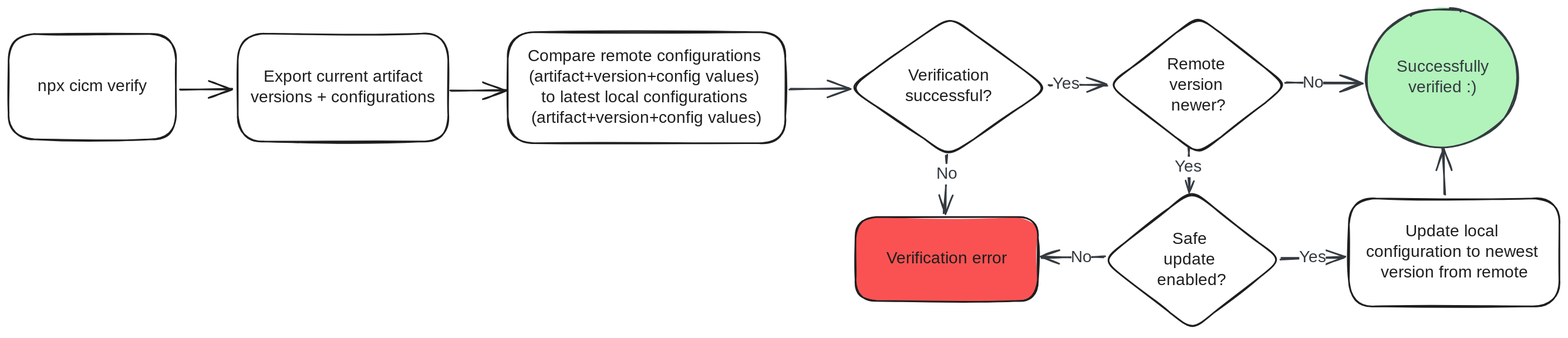
tswymer/scicm keeps this Excalidraw diagram as docs/verify.excalidraw.svg. Above is the earlier version. Source tidied: one line per element, renumbered; positions are measured from the earlier drawing's top-left corner, leaving out a move shared by most shapes.
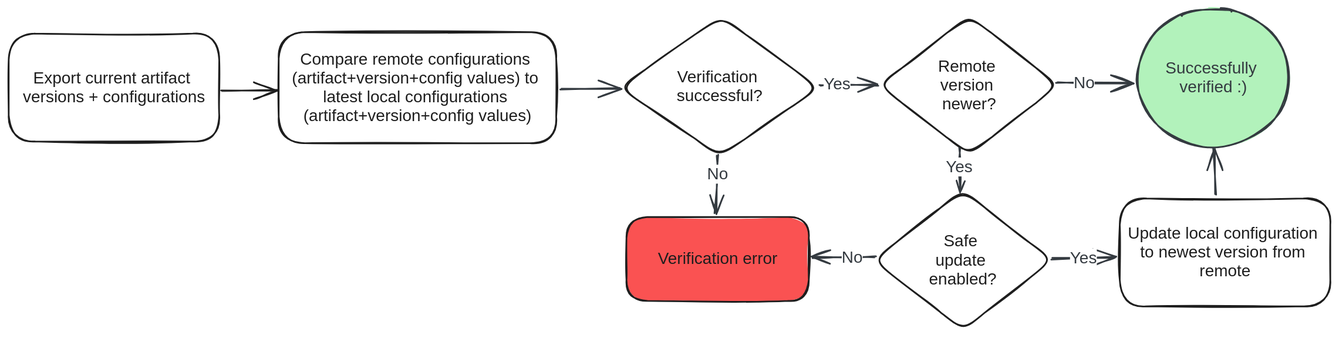
After the commit.

The edit, as a diff of the source:
```diff
@@ -1,34 +1,31 @@
-{"id": 0, "type": "rectangle", "strokeColor": "#1e1e1e", "strokeWidth": 2, "roughness": 1, "round": true, "x": 0, "y": 31, "width": 204, "height": 128}
-{"id": 1, "type": "text", "text": "npx cicm verify", "strokeColor": "#1e1e1e", "strokeWidth": 2, "roughness": 1, "fontSize": 20, "fontFamily": 1, "textAlign": "center", "verticalAlign": "middle", "inside": 0, "x": 31, "y": 83, "width": 141, "height": 25}
 {"id": 2, "type": "rectangle", "strokeColor": "#1e1e1e", "strokeWidth": 2, "roughness": 1, "round": true, "x": 279, "y": 31, "width": 256, "height": 131}
-{"id": 3, "type": "text", "text": "Export current artifact\nversions + configurations", "strokeColor": "#1e1e1e", "strokeWidth": 2, "roughness": 1, "fontSize": 20, "fontFamily": 1, "textAlign": "center", "verticalAlign": "middle", "inside": 2, "x": 285, "y": 71, "width": 244, "height": 50}
+{"id": 3, "type": "text", "text": "Export current artifact \nversions + configurations", "strokeColor": "#1e1e1e", "strokeWidth": 2, "roughness": 1, "fontSize": 20, "fontFamily": 2, "textAlign": "center", "verticalAlign": "middle", "inside": 2, "x": 296, "y": 73, "width": 222, "height": 46}
-{"id": 4, "type": "arrow", "strokeColor": "#1e1e1e", "strokeWidth": 2, "roughness": 1, "endArrowhead": "arrow", "round": true, "from": 0, "to": 2, "x": 208, "y": 98, "width": 63, "height": 0, "points": [[0, 0], [63, 0]]}
 {"id": 5, "type": "rectangle", "strokeColor": "#1e1e1e", "strokeWidth": 2, "roughness": 1, "round": true, "x": 608, "y": 29, "width": 338, "height": 135}
-{"id": 6, "type": "text", "text": "Compare remote configurations \n(artifact+version+config values) \nto latest local configurations \n(artifact+version+config values)", "strokeColor": "#1e1e1e", "strokeWidth": 2, "roughness": 1, "fontSize": 20, "fontFamily": 1, "textAlign": "center", "verticalAlign": "middle", "inside": 5, "x": 614, "y": 47, "width": 325, "height": 100}
+{"id": 6, "type": "text", "text": "Compare remote configurations \n(artifact+version+config values) to \nlatest local configurations \n(artifact+version+config values)", "strokeColor": "#1e1e1e", "strokeWidth": 2, "roughness": 1, "fontSize": 20, "fontFamily": 2, "textAlign": "center", "verticalAlign": "middle", "inside": 5, "x": 624, "y": 51, "width": 306, "height": 92}
 {"id": 7, "type": "arrow", "strokeColor": "#1e1e1e", "strokeWidth": 2, "roughness": 1, "endArrowhead": "arrow", "round": true, "from": 2, "to": 5, "x": 538, "y": 100, "width": 67, "height": 0, "points": [[0, 0], [67, 0]]}
 {"id": 8, "type": "diamond", "strokeColor": "#1e1e1e", "strokeWidth": 2, "roughness": 1, "round": true, "x": 1023, "y": 10, "width": 242, "height": 170}
-{"id": 9, "type": "text", "text": "Verification\nsuccessful?", "strokeColor": "#1e1e1e", "strokeWidth": 2, "roughness": 1, "fontSize": 20, "fontFamily": 1, "textAlign": "center", "verticalAlign": "middle", "inside": 8, "x": 1089, "y": 70, "width": 111, "height": 50}
+{"id": 9, "type": "text", "text": "Verification \nsuccessful?", "strokeColor": "#1e1e1e", "strokeWidth": 2, "roughness": 1, "fontSize": 20, "fontFamily": 2, "textAlign": "center", "verticalAlign": "middle", "inside": 8, "x": 1092, "y": 72, "width": 104, "height": 46}
 {"id": 10, "type": "arrow", "strokeColor": "#343a40", "backgroundColor": "#b2f2bb", "fillStyle": "solid", "strokeWidth": 2, "roughness": 1, "endArrowhead": "arrow", "round": true, "from": 5, "to": 8, "x": 952, "y": 99, "width": 72, "height": 1, "points": [[0, 0], [72, -1]]}
 {"id": 11, "type": "rectangle", "strokeColor": "#1e1e1e", "backgroundColor": "#fa5252", "fillStyle": "solid", "strokeWidth": 2, "roughness": 1, "round": true, "x": 1031, "y": 254, "width": 222, "height": 102}
-{"id": 12, "type": "text", "text": "Verification error", "strokeColor": "#1e1e1e", "strokeWidth": 2, "roughness": 1, "fontSize": 20, "fontFamily": 1, "textAlign": "center", "verticalAlign": "middle", "inside": 11, "x": 1059, "y": 292, "width": 166, "height": 25}
+{"id": 12, "type": "text", "text": "Verification error", "strokeColor": "#1e1e1e", "strokeWidth": 2, "roughness": 1, "fontSize": 20, "fontFamily": 2, "textAlign": "center", "verticalAlign": "middle", "inside": 11, "x": 1069, "y": 293, "width": 146, "height": 23}
 {"id": 13, "type": "arrow", "strokeColor": "#343a40", "backgroundColor": "#b2f2bb", "fillStyle": "solid", "strokeWidth": 2, "roughness": 1, "endArrowhead": "arrow", "round": true, "from": 8, "to": 11, "x": 1142, "y": 179, "width": 3, "height": 71, "points": [[0, 0], [0, 22], [-2, 71]]}
-{"id": 14, "type": "text", "text": "No", "strokeColor": "#343a40", "backgroundColor": "#b2f2bb", "fillStyle": "solid", "strokeWidth": 2, "roughness": 1, "fontSize": 20, "fontFamily": 1, "textAlign": "center", "verticalAlign": "middle", "inside": 13, "x": 1129, "y": 192, "width": 24, "height": 25}
+{"id": 14, "type": "text", "text": "No", "strokeColor": "#343a40", "backgroundColor": "#b2f2bb", "fillStyle": "solid", "strokeWidth": 2, "roughness": 1, "fontSize": 20, "fontFamily": 2, "textAlign": "center", "verticalAlign": "middle", "inside": 13, "x": 1129, "y": 190, "width": 26, "height": 23}
 {"id": 15, "type": "diamond", "strokeColor": "#1e1e1e", "strokeWidth": 2, "roughness": 1, "round": true, "x": 1339, "y": 9, "width": 218, "height": 169}
-{"id": 16, "type": "text", "text": "Remote \nversion \nnewer?", "strokeColor": "#1e1e1e", "strokeWidth": 2, "roughness": 1, "fontSize": 20, "fontFamily": 1, "textAlign": "center", "verticalAlign": "middle", "inside": 15, "x": 1408, "y": 56, "width": 80, "height": 75}
+{"id": 16, "type": "text", "text": "Remote \nversion \nnewer?", "strokeColor": "#1e1e1e", "strokeWidth": 2, "roughness": 1, "fontSize": 20, "fontFamily": 2, "textAlign": "center", "verticalAlign": "middle", "inside": 15, "x": 1411, "y": 59, "width": 76, "height": 69}
 {"id": 17, "type": "arrow", "strokeColor": "#343a40", "backgroundColor": "#b2f2bb", "fillStyle": "solid", "strokeWidth": 2, "roughness": 1, "endArrowhead": "arrow", "round": true, "from": 8, "to": 15, "x": 1267, "y": 94, "width": 72, "height": 1, "points": [[0, 0], [21, -1], [72, -1]]}
-{"id": 18, "type": "text", "text": "Yes", "strokeColor": "#343a40", "backgroundColor": "#b2f2bb", "fillStyle": "solid", "strokeWidth": 2, "roughness": 1, "fontSize": 20, "fontFamily": 1, "textAlign": "center", "verticalAlign": "middle", "inside": 17, "x": 1274, "y": 81, "width": 32, "height": 25}
+{"id": 18, "type": "text", "text": "Yes", "strokeColor": "#343a40", "backgroundColor": "#b2f2bb", "fillStyle": "solid", "strokeWidth": 2, "roughness": 1, "fontSize": 20, "fontFamily": 2, "textAlign": "center", "verticalAlign": "middle", "inside": 17, "x": 1271, "y": 81, "width": 33, "height": 23}
 {"id": 19, "type": "diamond", "strokeColor": "#1e1e1e", "strokeWidth": 2, "roughness": 1, "round": true, "x": 1332, "y": 222, "width": 218, "height": 169}
-{"id": 20, "type": "text", "text": "Safe \nupdate \nenabled?", "strokeColor": "#1e1e1e", "strokeWidth": 2, "roughness": 1, "fontSize": 20, "fontFamily": 1, "textAlign": "center", "verticalAlign": "middle", "inside": 19, "x": 1400, "y": 269, "width": 81, "height": 75}
+{"id": 20, "type": "text", "text": "Safe \nupdate \nenabled?", "strokeColor": "#1e1e1e", "strokeWidth": 2, "roughness": 1, "fontSize": 20, "fontFamily": 2, "textAlign": "center", "verticalAlign": "middle", "inside": 19, "x": 1400, "y": 272, "width": 82, "height": 69}
 {"id": 21, "type": "arrow", "strokeColor": "#343a40", "backgroundColor": "#b2f2bb", "fillStyle": "solid", "strokeWidth": 2, "roughness": 1, "endArrowhead": "arrow", "round": true, "from": 15, "to": 19, "x": 1437, "y": 171, "width": 0, "height": 52, "points": [[0, 0], [0, 22], [0, 52]]}
-{"id": 22, "type": "text", "text": "Yes", "strokeColor": "#343a40", "backgroundColor": "#b2f2bb", "fillStyle": "solid", "strokeWidth": 2, "roughness": 1, "fontSize": 20, "fontFamily": 1, "textAlign": "center", "verticalAlign": "middle", "inside": 21, "x": 1419, "y": 179, "width": 32, "height": 25}
+{"id": 22, "type": "text", "text": "Yes", "strokeColor": "#343a40", "backgroundColor": "#b2f2bb", "fillStyle": "solid", "strokeWidth": 2, "roughness": 1, "fontSize": 20, "fontFamily": 2, "textAlign": "center", "verticalAlign": "middle", "inside": 21, "x": 1420, "y": 182, "width": 33, "height": 23}
 {"id": 23, "type": "arrow", "strokeColor": "#343a40", "backgroundColor": "#b2f2bb", "fillStyle": "solid", "strokeWidth": 2, "roughness": 1, "endArrowhead": "arrow", "round": true, "from": 19, "to": 11, "x": 1334, "y": 303, "width": 76, "height": 0, "points": [[0, 0], [-28, 0], [-76, 0]]}
-{"id": 24, "type": "text", "text": "No", "strokeColor": "#343a40", "backgroundColor": "#b2f2bb", "fillStyle": "solid", "strokeWidth": 2, "roughness": 1, "fontSize": 20, "fontFamily": 1, "textAlign": "center", "verticalAlign": "middle", "inside": 23, "x": 1276, "y": 275, "width": 24, "height": 25}
+{"id": 24, "type": "text", "text": "No", "strokeColor": "#343a40", "backgroundColor": "#b2f2bb", "fillStyle": "solid", "strokeWidth": 2, "roughness": 1, "fontSize": 20, "fontFamily": 2, "textAlign": "center", "verticalAlign": "middle", "inside": 23, "x": 1293, "y": 292, "width": 26, "height": 23}
 {"id": 25, "type": "ellipse", "strokeColor": "#343a40", "backgroundColor": "#b2f2bb", "fillStyle": "solid", "strokeWidth": 2, "roughness": 1, "round": true, "x": 1653, "y": 0, "width": 185, "height": 169}
-{"id": 26, "type": "text", "text": "Successfully\nverified :)", "strokeColor": "#343a40", "backgroundColor": "#b2f2bb", "fillStyle": "solid", "strokeWidth": 2, "roughness": 1, "fontSize": 20, "fontFamily": 1, "textAlign": "center", "verticalAlign": "middle", "inside": 25, "x": 1687, "y": 59, "width": 117, "height": 50}
+{"id": 26, "type": "text", "text": "Successfully \nverified :)", "strokeColor": "#343a40", "backgroundColor": "#b2f2bb", "fillStyle": "solid", "strokeWidth": 2, "roughness": 1, "fontSize": 20, "fontFamily": 2, "textAlign": "center", "verticalAlign": "middle", "inside": 25, "x": 1687, "y": 61, "width": 117, "height": 46}
 {"id": 27, "type": "arrow", "strokeColor": "#343a40", "backgroundColor": "#b2f2bb", "fillStyle": "solid", "strokeWidth": 2, "roughness": 1, "endArrowhead": "arrow", "round": true, "from": 15, "to": 25, "x": 1555, "y": 90, "width": 93, "height": 1, "points": [[0, 0], [34, 1], [93, 1]]}
-{"id": 28, "type": "text", "text": "No", "strokeColor": "#343a40", "backgroundColor": "#b2f2bb", "fillStyle": "solid", "strokeWidth": 2, "roughness": 1, "fontSize": 20, "fontFamily": 1, "textAlign": "center", "verticalAlign": "middle", "inside": 27, "x": 1547, "y": 77, "width": 24, "height": 25}
+{"id": 28, "type": "text", "text": "No", "strokeColor": "#343a40", "backgroundColor": "#b2f2bb", "fillStyle": "solid", "strokeWidth": 2, "roughness": 1, "fontSize": 20, "fontFamily": 2, "textAlign": "center", "verticalAlign": "middle", "inside": 27, "x": 1576, "y": 79, "width": 26, "height": 23}
 {"id": 29, "type": "rectangle", "strokeColor": "#1e1e1e", "strokeWidth": 2, "roughness": 1, "round": true, "x": 1632, "y": 231, "width": 256, "height": 131}
-{"id": 30, "type": "text", "text": "Update local \nconfiguration to newest \nversion from remote", "strokeColor": "#1e1e1e", "strokeWidth": 2, "roughness": 1, "fontSize": 20, "fontFamily": 1, "textAlign": "center", "verticalAlign": "middle", "inside": 29, "x": 1639, "y": 259, "width": 242, "height": 75}
+{"id": 30, "type": "text", "text": "Update local configuration \nto newest version from \nremote", "strokeColor": "#1e1e1e", "strokeWidth": 2, "roughness": 1, "fontSize": 20, "fontFamily": 2, "textAlign": "center", "verticalAlign": "middle", "inside": 29, "x": 1642, "y": 262, "width": 237, "height": 69}
 {"id": 31, "type": "arrow", "strokeColor": "#343a40", "backgroundColor": "#b2f2bb", "fillStyle": "solid", "strokeWidth": 2, "roughness": 1, "endArrowhead": "arrow", "round": true, "from": 19, "to": 29, "x": 1549, "y": 305, "width": 77, "height": 2, "points": [[0, 0], [77, -2]]}
-{"id": 32, "type": "text", "text": "Yes", "strokeColor": "#343a40", "backgroundColor": "#b2f2bb", "fillStyle": "solid", "strokeWidth": 2, "roughness": 1, "fontSize": 20, "fontFamily": 1, "textAlign": "center", "verticalAlign": "middle", "inside": 31, "x": 1574, "y": 272, "width": 32, "height": 25}
+{"id": 32, "type": "text", "text": "Yes", "strokeColor": "#343a40", "backgroundColor": "#b2f2bb", "fillStyle": "solid", "strokeWidth": 2, "roughness": 1, "fontSize": 20, "fontFamily": 2, "textAlign": "center", "verticalAlign": "middle", "inside": 31, "x": 1571, "y": 292, "width": 33, "height": 23}
 {"id": 33, "type": "arrow", "strokeColor": "#343a40", "backgroundColor": "#b2f2bb", "fillStyle": "solid", "strokeWidth": 2, "roughness": 1, "endArrowhead": "arrow", "round": true, "from": 29, "to": 25, "x": 1749, "y": 226, "width": 2, "height": 55, "points": [[0, 0], [-2, -55]]}
```
